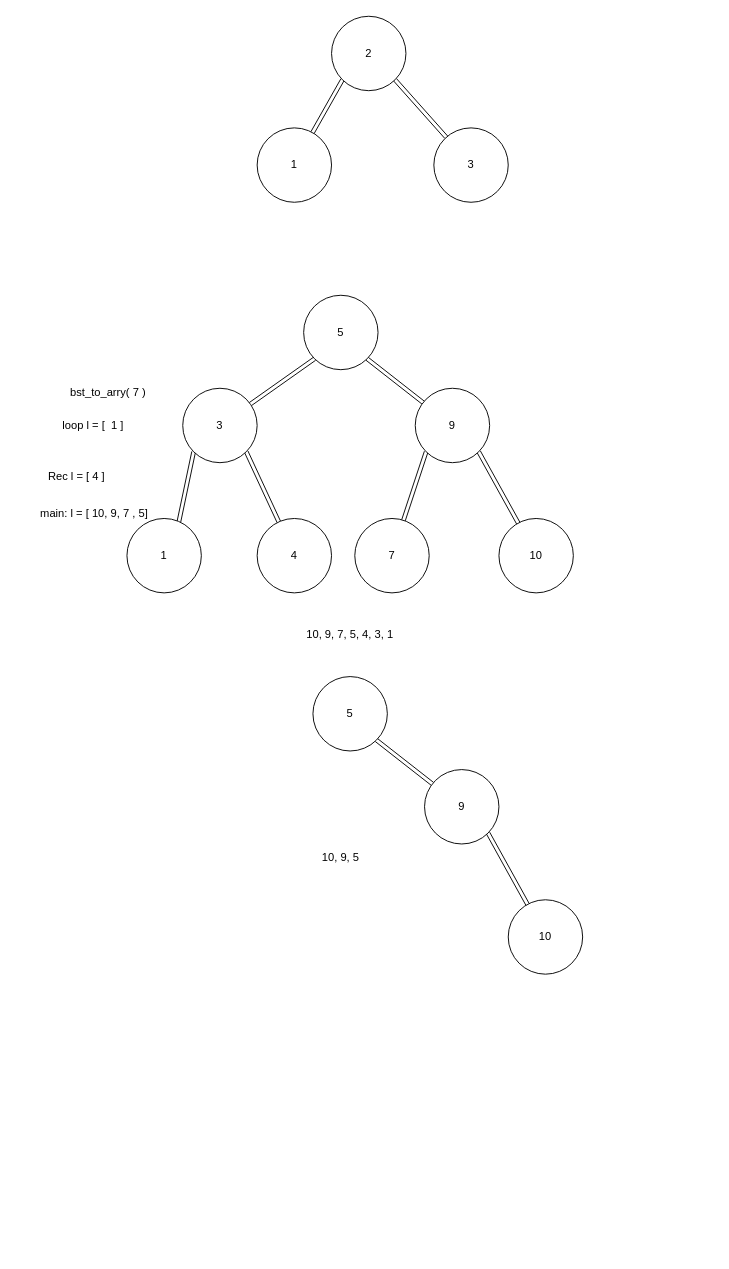
Before: week-10/session-one/test.drawio in thinthazin96/CodePath, a draw.io diagram. Source tidied: cells renumbered, new cells numbered last; positions are measured from the earlier drawing's top-left corner, leaving out a move shared by most shapes. Both pictures are drawn from the tidied source at 93%, with x=0, y=0 at pixel (16, 16).
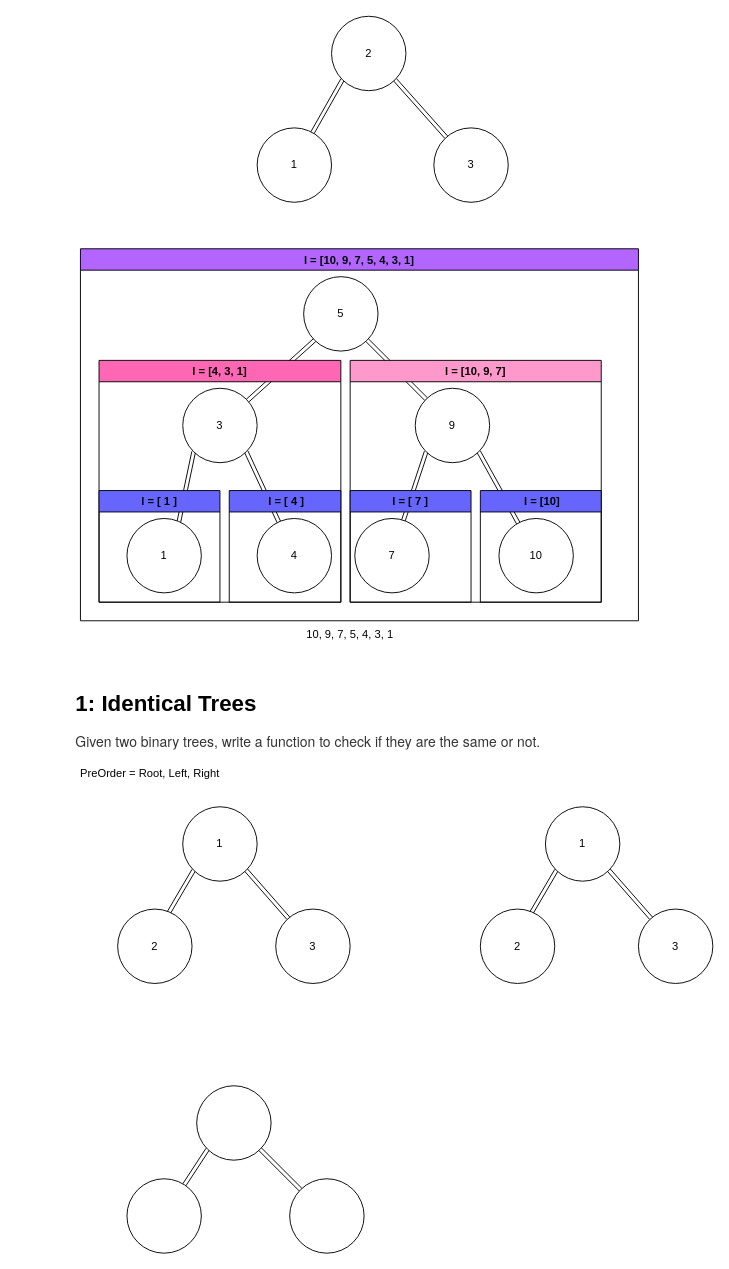
Above is the later version.

Commit message (it also covers changes not shown here):
added problem one

Unchanged cells that the change refers to:
```xml
<mxCell id="14" value="9" style="ellipse;whiteSpace=wrap;html=1;" parent="1" vertex="1">
  <mxGeometry x="429" y="400" width="80" height="80" as="geometry" />
</mxCell>
<mxCell id="17" value="3" style="ellipse;whiteSpace=wrap;html=1;" parent="1" vertex="1">
  <mxGeometry x="179" y="400" width="80" height="80" as="geometry" />
</mxCell>
```

Diff of the diagram source:
```diff
@@
+    <mxCell id="8" style="edgeStyle=none;shape=link;html=1;exitX=1;exitY=1;exitDx=0;exitDy=0;" parent="1" edge="1" source="9" target="14">
+      <mxGeometry relative="1" as="geometry" />
+    </mxCell>
-    <mxCell id="7" style="edgeStyle=none;shape=link;html=1;exitX=0;exitY=1;exitDx=0;exitDy=0;" parent="1" edge="1" source="9" target="17">
+    <mxCell id="7" style="edgeStyle=none;html=1;exitX=0;exitY=1;exitDx=0;exitDy=0;shape=link;" parent="1" edge="1" source="9" target="17">
       <mxGeometry relative="1" as="geometry" />
     </mxCell>
-    <mxCell id="8" style="edgeStyle=none;shape=link;html=1;exitX=1;exitY=1;exitDx=0;exitDy=0;" parent="1" edge="1" source="9" target="14">
-      <mxGeometry relative="1" as="geometry" />
-    </mxCell>
     <mxCell id="9" value="5" style="ellipse;whiteSpace=wrap;html=1;" parent="1" vertex="1">
-      <mxGeometry x="309" y="300" width="80" height="80" as="geometry" />
+      <mxGeometry x="309" y="280" width="80" height="80" as="geometry" />
     </mxCell>
@@
-    <mxCell id="21" style="edgeStyle=none;shape=link;html=1;exitX=1;exitY=1;exitDx=0;exitDy=0;" parent="1" edge="1" source="22" target="25">
-      <mxGeometry relative="1" as="geometry" />
-    </mxCell>
-    <mxCell id="22" value="5" style="ellipse;whiteSpace=wrap;html=1;" parent="1" vertex="1">
-      <mxGeometry x="319" y="710" width="80" height="80" as="geometry" />
-    </mxCell>
-    <mxCell id="23" value="10" style="ellipse;whiteSpace=wrap;html=1;" parent="1" vertex="1">
-      <mxGeometry x="529" y="950" width="80" height="80" as="geometry" />
-    </mxCell>
-    <mxCell id="24" style="edgeStyle=none;shape=link;html=1;exitX=1;exitY=1;exitDx=0;exitDy=0;" parent="1" edge="1" source="25" target="23">
-      <mxGeometry relative="1" as="geometry" />
-    </mxCell>
-    <mxCell id="25" value="9" style="ellipse;whiteSpace=wrap;html=1;" parent="1" vertex="1">
-      <mxGeometry x="439" y="810" width="80" height="80" as="geometry" />
-    </mxCell>
-    <mxCell id="26" value="10, 9, 5" style="text;html=1;strokeColor=none;fillColor=none;align=center;verticalAlign=middle;whiteSpace=wrap;rounded=0;" parent="1" vertex="1">
-      <mxGeometry x="319" y="890" width="60" height="30" as="geometry" />
-    </mxCell>
-    <mxCell id="27" value="bst_to_arry( 7 )" style="text;html=1;strokeColor=none;fillColor=none;align=center;verticalAlign=middle;whiteSpace=wrap;rounded=0;" parent="1" vertex="1">
-      <mxGeometry x="39" y="390" width="120" height="30" as="geometry" />
-    </mxCell>
-    <mxCell id="28" value="&amp;nbsp;main: l = [ 10, 9, 7 , 5]&amp;nbsp;" style="text;html=1;strokeColor=none;fillColor=none;align=center;verticalAlign=middle;whiteSpace=wrap;rounded=0;" parent="1" vertex="1">
-      <mxGeometry x="9" y="520" width="150" height="30" as="geometry" />
-    </mxCell>
-    <mxCell id="29" value="Rec l = [ 4 ]" style="text;html=1;strokeColor=none;fillColor=none;align=center;verticalAlign=middle;whiteSpace=wrap;rounded=0;" parent="1" vertex="1">
-      <mxGeometry y="480" width="130" height="30" as="geometry" />
-    </mxCell>
-    <mxCell id="30" value="loop l = [&amp;nbsp; 1 ]&amp;nbsp;" style="text;html=1;strokeColor=none;fillColor=none;align=center;verticalAlign=middle;whiteSpace=wrap;rounded=0;" parent="1" vertex="1">
-      <mxGeometry x="40" y="425" width="89" height="30" as="geometry" />
-    </mxCell>
+    <mxCell id="31" value="l = [10, 9, 7]" style="swimlane;fillColor=#FF99CC;" parent="1" vertex="1">
+      <mxGeometry x="359" y="370" width="270" height="260" as="geometry" />
+    </mxCell>
+    <mxCell id="32" value=" l = [10]" style="swimlane;fillColor=#6666FF;" parent="31" vertex="1">
+      <mxGeometry x="140" y="140" width="130" height="120" as="geometry" />
+    </mxCell>
+    <mxCell id="33" value="l = [ 7 ]" style="swimlane;fillColor=#6666FF;" parent="31" vertex="1">
+      <mxGeometry y="140" width="130" height="120" as="geometry" />
+    </mxCell>
+    <mxCell id="34" value="l = [4, 3, 1]" style="swimlane;fillColor=#FF66B3;" parent="1" vertex="1">
+      <mxGeometry x="89" y="370" width="260" height="260" as="geometry" />
+    </mxCell>
+    <mxCell id="35" value=" l = [ 4 ]" style="swimlane;fillColor=#6666FF;" parent="34" vertex="1">
+      <mxGeometry x="140" y="140" width="120" height="120" as="geometry" />
+    </mxCell>
+    <mxCell id="36" value="l = [ 1 ]" style="swimlane;fillColor=#6666FF;" parent="34" vertex="1">
+      <mxGeometry y="140" width="130" height="120" as="geometry" />
+    </mxCell>
+    <mxCell id="37" value="l = [10, 9, 7, 5, 4, 3, 1]" style="swimlane;fillColor=#B266FF;" parent="1" vertex="1">
+      <mxGeometry x="69" y="250" width="600" height="400" as="geometry" />
+    </mxCell>
+    <mxCell id="38" value="&lt;h1&gt;1: Identical Trees&lt;/h1&gt;&lt;span style=&quot;color: rgb(51 , 51 , 51) ; font-family: &amp;#34;helvetica neue&amp;#34; , &amp;#34;helvetica&amp;#34; , &amp;#34;arial&amp;#34; , &amp;#34;freesans&amp;#34; , &amp;#34;clean&amp;#34; , sans-serif ; font-size: 15px ; background-color: rgb(255 , 255 , 255)&quot;&gt;Given two binary trees, write a function to check if they are the same or not.&lt;/span&gt;" style="text;html=1;strokeColor=none;fillColor=none;spacing=5;spacingTop=-20;whiteSpace=wrap;overflow=hidden;rounded=0;" parent="1" vertex="1">
+      <mxGeometry x="59" y="720" width="550" height="120" as="geometry" />
+    </mxCell>
+    <mxCell id="39" style="edgeStyle=none;html=1;exitX=0;exitY=1;exitDx=0;exitDy=0;entryX=0.69;entryY=0.044;entryDx=0;entryDy=0;entryPerimeter=0;shape=link;" parent="1" edge="1" source="41" target="43">
+      <mxGeometry relative="1" as="geometry" />
+    </mxCell>
+    <mxCell id="40" style="edgeStyle=none;shape=link;html=1;exitX=1;exitY=1;exitDx=0;exitDy=0;" parent="1" edge="1" source="41" target="42">
+      <mxGeometry relative="1" as="geometry" />
+    </mxCell>
+    <mxCell id="41" value="1" style="ellipse;whiteSpace=wrap;html=1;" parent="1" vertex="1">
+      <mxGeometry x="179" y="850" width="80" height="80" as="geometry" />
+    </mxCell>
+    <mxCell id="42" value="3" style="ellipse;whiteSpace=wrap;html=1;" parent="1" vertex="1">
+      <mxGeometry x="279" y="960" width="80" height="80" as="geometry" />
+    </mxCell>
+    <mxCell id="43" value="2" style="ellipse;whiteSpace=wrap;html=1;" parent="1" vertex="1">
+      <mxGeometry x="109" y="960" width="80" height="80" as="geometry" />
+    </mxCell>
+    <mxCell id="44" style="edgeStyle=none;shape=link;html=1;exitX=0;exitY=1;exitDx=0;exitDy=0;" parent="1" edge="1" source="46" target="47">
+      <mxGeometry relative="1" as="geometry" />
+    </mxCell>
+    <mxCell id="45" style="edgeStyle=none;shape=link;html=1;exitX=1;exitY=1;exitDx=0;exitDy=0;" parent="1" edge="1" source="46" target="48">
+      <mxGeometry relative="1" as="geometry" />
+    </mxCell>
+    <mxCell id="46" style="ellipse;whiteSpace=wrap;html=1;" parent="1" vertex="1">
+      <mxGeometry x="194" y="1150" width="80" height="80" as="geometry" />
+    </mxCell>
+    <mxCell id="47" style="ellipse;whiteSpace=wrap;html=1;" parent="1" vertex="1">
+      <mxGeometry x="119" y="1250" width="80" height="80" as="geometry" />
+    </mxCell>
+    <mxCell id="48" style="ellipse;whiteSpace=wrap;html=1;" parent="1" vertex="1">
+      <mxGeometry x="294" y="1250" width="80" height="80" as="geometry" />
+    </mxCell>
+    <mxCell id="49" style="edgeStyle=none;html=1;exitX=0;exitY=1;exitDx=0;exitDy=0;entryX=0.69;entryY=0.044;entryDx=0;entryDy=0;entryPerimeter=0;shape=link;" parent="1" edge="1" source="51" target="53">
+      <mxGeometry relative="1" as="geometry" />
+    </mxCell>
+    <mxCell id="50" style="edgeStyle=none;shape=link;html=1;exitX=1;exitY=1;exitDx=0;exitDy=0;" parent="1" edge="1" source="51" target="52">
+      <mxGeometry relative="1" as="geometry" />
+    </mxCell>
+    <mxCell id="51" value="1" style="ellipse;whiteSpace=wrap;html=1;" parent="1" vertex="1">
+      <mxGeometry x="569" y="850" width="80" height="80" as="geometry" />
+    </mxCell>
+    <mxCell id="52" value="3" style="ellipse;whiteSpace=wrap;html=1;" parent="1" vertex="1">
+      <mxGeometry x="669" y="960" width="80" height="80" as="geometry" />
+    </mxCell>
+    <mxCell id="53" value="2" style="ellipse;whiteSpace=wrap;html=1;" parent="1" vertex="1">
+      <mxGeometry x="499" y="960" width="80" height="80" as="geometry" />
+    </mxCell>
+    <mxCell id="54" value="PreOrder = Root, Left, Right" style="text;html=1;strokeColor=none;fillColor=none;align=center;verticalAlign=middle;whiteSpace=wrap;rounded=0;" parent="1" vertex="1">
+      <mxGeometry x="59" y="800" width="170" height="30" as="geometry" />
+    </mxCell>
```
